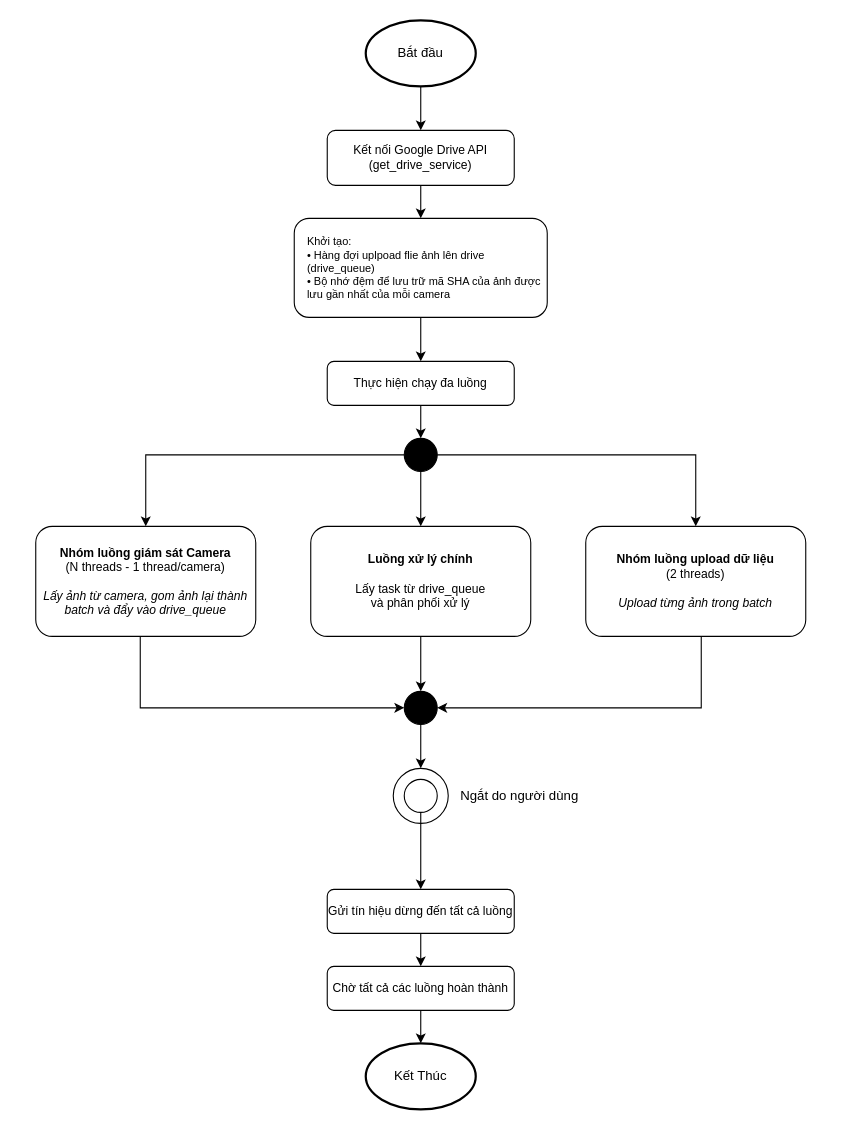
This is fig/upload_raw_images.drawio from Denzaro/DATN_Thesis, a draw.io file, before an edit. Source tidied: cells renumbered, new cells numbered last; positions are measured from the earlier drawing's top-left corner, leaving out a move shared by most shapes. Both pictures are drawn from the tidied source at 110%, with x=0, y=0 at pixel (35, 20).
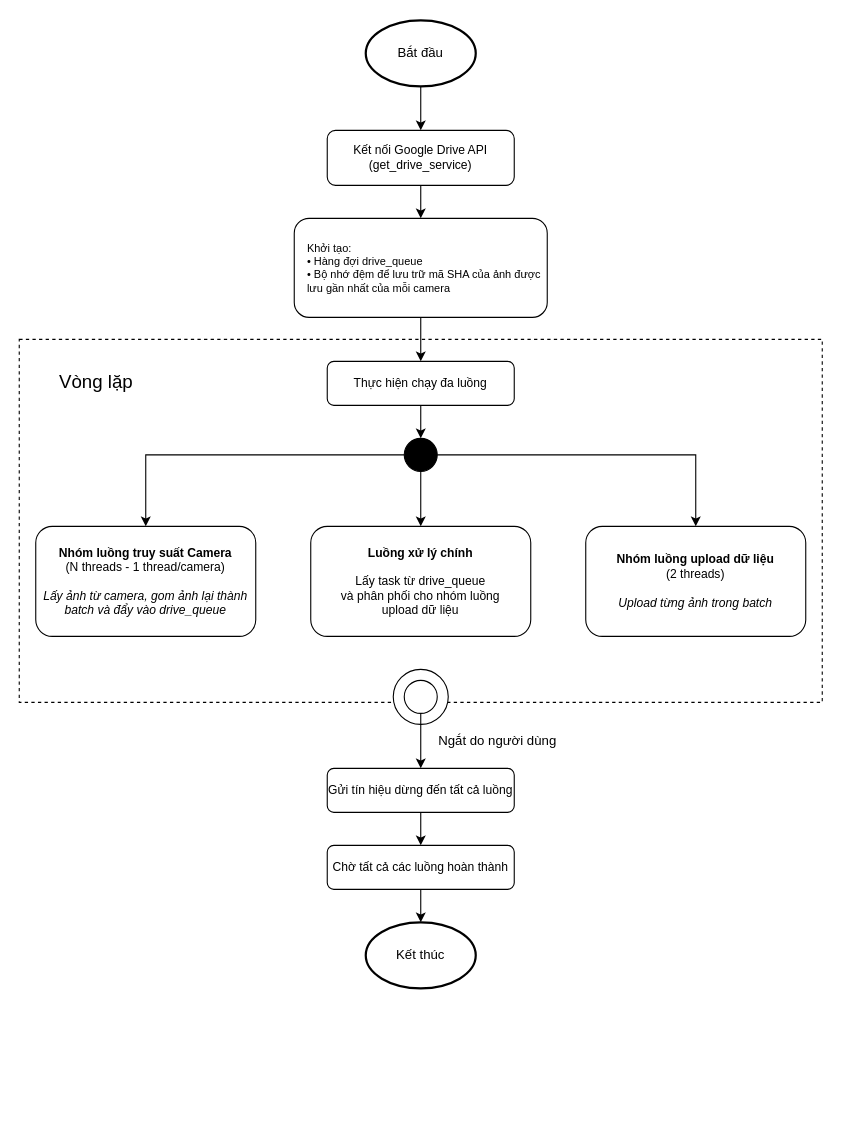
After the change.

Unchanged cells that the change refers to:
```xml
<mxCell id="12" value="&lt;b&gt;Nhóm luồng upload dữ liệu&lt;/b&gt;&lt;br&gt;(2 threads)&lt;br&gt;&lt;br&gt;&lt;i&gt;Upload từng ảnh trong batch&lt;/i&gt;" style="rounded=1;whiteSpace=wrap;html=1;fontSize=11;" parent="1" vertex="1">
  <mxGeometry x="500" y="460" width="200" height="100" as="geometry" />
</mxCell>
```

Diff of the diagram source:
```diff
@@
+    <mxCell id="31" style="rounded=0;whiteSpace=wrap;html=1;dashed=1;" parent="1" vertex="1">
+      <mxGeometry x="-15" y="290" width="730" height="330" as="geometry" />
+    </mxCell>
@@
-    <mxCell id="7" value="Khởi tạo:&lt;br&gt;• Hàng đợi uplpoad flie ảnh lên drive (drive_queue)&lt;br&gt;• Bộ nhớ đệm để lưu trữ mã SHA của ảnh được lưu gần nhất của mỗi camera" style="rounded=1;whiteSpace=wrap;html=1;fontSize=10;align=left;spacingLeft=10;" parent="1" vertex="1">
+    <mxCell id="7" value="Khởi tạo:&lt;br&gt;• Hàng đợi drive_queue&lt;br&gt;• Bộ nhớ đệm để lưu trữ mã SHA của ảnh được lưu gần nhất của mỗi camera" style="rounded=1;whiteSpace=wrap;html=1;fontSize=10;align=left;spacingLeft=10;" parent="1" vertex="1">
       <mxGeometry x="235" y="180" width="230" height="90" as="geometry" />
     </mxCell>
@@
-    <mxCell id="10" value="&lt;b&gt;Nhóm luồng giám sát Camera&lt;/b&gt;&lt;br&gt;(N threads - 1 thread/camera)&lt;br&gt;&lt;br&gt;&lt;i&gt;Lấy ảnh từ camera, gom ảnh lại thành batch và đẩy vào drive_queue&lt;/i&gt;" style="rounded=1;whiteSpace=wrap;html=1;fontSize=11;" parent="1" vertex="1">
+    <mxCell id="10" value="&lt;b&gt;Nhóm luồng truy suất Camera&lt;/b&gt;&lt;br&gt;(N threads - 1 thread/camera)&lt;br&gt;&lt;br&gt;&lt;i&gt;Lấy ảnh từ camera, gom ảnh lại thành batch và đẩy vào drive_queue&lt;/i&gt;" style="rounded=1;whiteSpace=wrap;html=1;fontSize=11;" parent="1" vertex="1">
       <mxGeometry y="460" width="200" height="100" as="geometry" />
     </mxCell>
-    <mxCell id="11" value="&lt;b&gt;Luồng xử lý chính&lt;/b&gt;&lt;br&gt;&lt;br&gt;Lấy task từ drive_queue&lt;br&gt;và phân phối xử lý" style="rounded=1;whiteSpace=wrap;html=1;fontSize=11;" parent="1" vertex="1">
+    <mxCell id="11" value="&lt;b&gt;Luồng xử lý chính&lt;/b&gt;&lt;br&gt;&lt;br&gt;Lấy task từ drive_queue&lt;br&gt;và phân phối cho nhóm luồng &lt;br&gt;upload dữ liệu" style="rounded=1;whiteSpace=wrap;html=1;fontSize=11;" parent="1" vertex="1">
       <mxGeometry x="250" y="460" width="200" height="100" as="geometry" />
     </mxCell>
@@
     <mxCell id="14" value="Gửi tín hiệu dừng đến tất cả luồng" style="rounded=1;whiteSpace=wrap;html=1;fontSize=11;" parent="1" vertex="1">
-      <mxGeometry x="265" y="790" width="170" height="40" as="geometry" />
+      <mxGeometry x="265" y="680" width="170" height="40" as="geometry" />
     </mxCell>
     <mxCell id="15" value="Chờ tất cả các luồng hoàn thành" style="rounded=1;whiteSpace=wrap;html=1;fontSize=11;" parent="1" vertex="1">
-      <mxGeometry x="265" y="860" width="170" height="40" as="geometry" />
+      <mxGeometry x="265" y="750" width="170" height="40" as="geometry" />
     </mxCell>
-    <mxCell id="16" value="Kết Thúc" style="strokeWidth=2;html=1;shape=mxgraph.flowchart.start_1;whiteSpace=wrap;" parent="1" vertex="1">
-      <mxGeometry x="300" y="930" width="100" height="60" as="geometry" />
+    <mxCell id="16" value="Kết thúc" style="strokeWidth=2;html=1;shape=mxgraph.flowchart.start_1;whiteSpace=wrap;" parent="1" vertex="1">
+      <mxGeometry x="300" y="820" width="100" height="60" as="geometry" />
     </mxCell>
@@
-    <mxCell id="22" style="verticalLabelPosition=bottom;verticalAlign=top;html=1;shape=mxgraph.flowchart.on-page_reference;fillColor=light-dark(#000000,#FFFFFF);" parent="1" vertex="1">
-      <mxGeometry x="335" y="610" width="30" height="30" as="geometry" />
-    </mxCell>
-    <mxCell id="23" style="edgeStyle=orthogonalEdgeStyle;rounded=0;jettySize=auto;html=1;entryX=0;entryY=0.5;entryDx=0;entryDy=0;entryPerimeter=0;" parent="1" edge="1" source="10" target="22">
-      <mxGeometry relative="1" as="geometry">
-        <Array as="points">
-          <mxPoint x="95" y="625" />
-        </Array>
-      </mxGeometry>
-    </mxCell>
-    <mxCell id="24" style="edgeStyle=orthogonalEdgeStyle;rounded=0;jettySize=auto;html=1;entryX=0.5;entryY=0;entryDx=0;entryDy=0;entryPerimeter=0;" parent="1" edge="1" source="11" target="22">
-      <mxGeometry relative="1" as="geometry" />
-    </mxCell>
-    <mxCell id="25" style="edgeStyle=orthogonalEdgeStyle;rounded=0;jettySize=auto;html=1;entryX=1;entryY=0.5;entryDx=0;entryDy=0;entryPerimeter=0;" parent="1" edge="1" source="12" target="22">
-      <mxGeometry relative="1" as="geometry">
-        <Array as="points">
-          <mxPoint x="605" y="625" />
-        </Array>
-      </mxGeometry>
-    </mxCell>
     <mxCell id="26" style="verticalLabelPosition=bottom;verticalAlign=top;html=1;shape=mxgraph.flowchart.on-page_reference;" parent="1" vertex="1">
-      <mxGeometry x="325" y="680" width="50" height="50" as="geometry" />
+      <mxGeometry x="325" y="590" width="50" height="50" as="geometry" />
     </mxCell>
@@
     <mxCell id="28" style="verticalLabelPosition=bottom;verticalAlign=top;html=1;shape=mxgraph.flowchart.on-page_reference;" parent="1" vertex="1">
-      <mxGeometry x="335" y="690" width="30" height="30" as="geometry" />
+      <mxGeometry x="335" y="600" width="30" height="30" as="geometry" />
     </mxCell>
-    <mxCell id="29" style="edgeStyle=orthogonalEdgeStyle;rounded=0;jettySize=auto;html=1;entryX=0.5;entryY=0;entryDx=0;entryDy=0;entryPerimeter=0;" parent="1" edge="1" source="22" target="26">
-      <mxGeometry relative="1" as="geometry" />
-    </mxCell>
     <mxCell id="30" value="Ngắt do người dùng" style="text;html=1;whiteSpace=wrap;strokeColor=none;fillColor=none;align=center;verticalAlign=middle;rounded=0;" parent="1" vertex="1">
-      <mxGeometry x="385" y="690" width="110" height="30" as="geometry" />
+      <mxGeometry x="365" y="640" width="110" height="30" as="geometry" />
     </mxCell>
+    <mxCell id="32" value="Vòng lặp&amp;nbsp;" style="text;html=1;whiteSpace=wrap;strokeColor=none;fillColor=none;align=center;verticalAlign=middle;rounded=0;fontSize=17;" parent="1" vertex="1">
+      <mxGeometry y="310" width="115" height="40" as="geometry" />
+    </mxCell>
```
